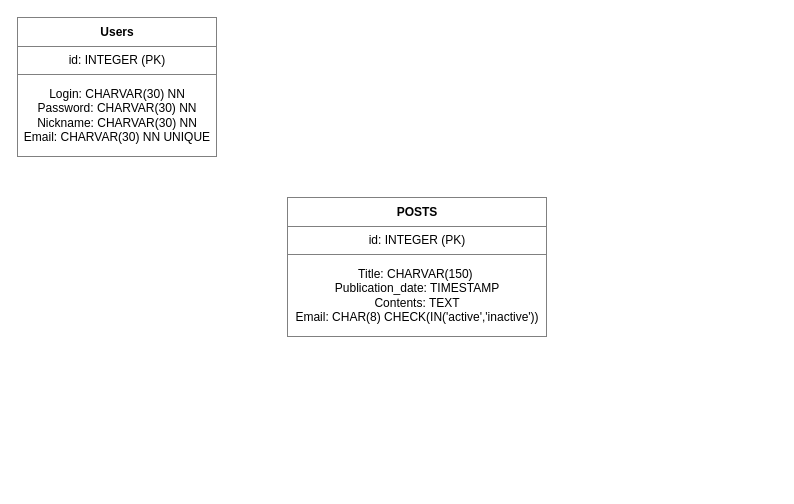
Earlier version of the draw.io diagram Untitled Diagram.drawio (julianbarr368/Introduccion_base_datos). Source tidied: cells renumbered, new cells numbered last; positions are measured from the earlier drawing's top-left corner, leaving out a move shared by most shapes. Both pictures are drawn from the tidied source at 100%, with x=0, y=0 at pixel (17, 17).
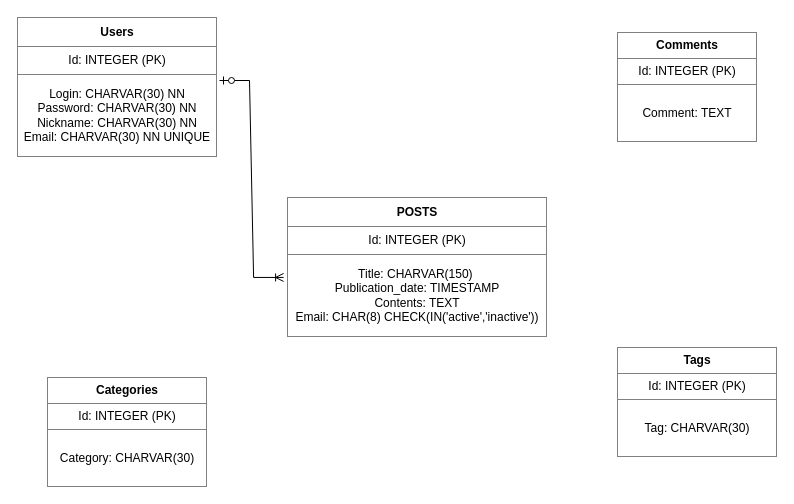
The same page after the edit.

Change to the diagram source:
```diff
@@
 <mxGraphModel>
   <root>
     <mxCell id="0" />
     <mxCell id="1" parent="0" />
-    <mxCell id="2" value="&lt;table border=&quot;1&quot; width=&quot;100%&quot; height=&quot;100%&quot; cellpadding=&quot;4&quot; style=&quot;width:100%;height:100%;border-collapse:collapse;&quot;&gt;&lt;tbody&gt;&lt;tr&gt;&lt;th align=&quot;center&quot;&gt;Users&lt;/th&gt;&lt;/tr&gt;&lt;tr&gt;&lt;td align=&quot;center&quot;&gt;id: INTEGER (PK)&lt;/td&gt;&lt;/tr&gt;&lt;tr&gt;&lt;td align=&quot;center&quot;&gt;Login: CHARVAR(30) NN&lt;br&gt;Password: CHARVAR(30) NN&lt;br&gt;Nickname: CHARVAR(30) NN&lt;br&gt;Email: CHARVAR(30) NN UNIQUE&lt;/td&gt;&lt;/tr&gt;&lt;/tbody&gt;&lt;/table&gt;" style="text;html=1;strokeColor=none;fillColor=none;overflow=fill;" parent="1" vertex="1">
+    <mxCell id="2" value="&lt;table border=&quot;1&quot; width=&quot;100%&quot; height=&quot;100%&quot; cellpadding=&quot;4&quot; style=&quot;width:100%;height:100%;border-collapse:collapse;&quot;&gt;&lt;tbody&gt;&lt;tr&gt;&lt;th align=&quot;center&quot;&gt;Users&lt;/th&gt;&lt;/tr&gt;&lt;tr&gt;&lt;td align=&quot;center&quot;&gt;Id: INTEGER (PK)&lt;/td&gt;&lt;/tr&gt;&lt;tr&gt;&lt;td align=&quot;center&quot;&gt;Login: CHARVAR(30) NN&lt;br&gt;Password: CHARVAR(30) NN&lt;br&gt;Nickname: CHARVAR(30) NN&lt;br&gt;Email: CHARVAR(30) NN UNIQUE&lt;/td&gt;&lt;/tr&gt;&lt;/tbody&gt;&lt;/table&gt;" style="text;html=1;strokeColor=none;fillColor=none;overflow=fill;" parent="1" vertex="1">
       <mxGeometry width="200" height="140" as="geometry" />
     </mxCell>
-    <mxCell id="3" value="&lt;table border=&quot;1&quot; width=&quot;100%&quot; height=&quot;100%&quot; cellpadding=&quot;4&quot; style=&quot;width:100%;height:100%;border-collapse:collapse;&quot;&gt;&lt;tbody&gt;&lt;tr&gt;&lt;th align=&quot;center&quot;&gt;POSTS&lt;/th&gt;&lt;/tr&gt;&lt;tr&gt;&lt;td align=&quot;center&quot;&gt;id: INTEGER (PK)&lt;/td&gt;&lt;/tr&gt;&lt;tr&gt;&lt;td align=&quot;center&quot;&gt;Title: CHARVAR(150)&amp;nbsp;&lt;br&gt;Publication_date: TIMESTAMP&lt;br&gt;Contents: TEXT&lt;br&gt;Email: CHAR(8) CHECK(IN('active','inactive'))&lt;/td&gt;&lt;/tr&gt;&lt;/tbody&gt;&lt;/table&gt;" style="text;html=1;strokeColor=none;fillColor=none;overflow=fill;" parent="1" vertex="1">
+    <mxCell id="3" value="&lt;table border=&quot;1&quot; width=&quot;100%&quot; height=&quot;100%&quot; cellpadding=&quot;4&quot; style=&quot;width:100%;height:100%;border-collapse:collapse;&quot;&gt;&lt;tbody&gt;&lt;tr&gt;&lt;th align=&quot;center&quot;&gt;POSTS&lt;/th&gt;&lt;/tr&gt;&lt;tr&gt;&lt;td align=&quot;center&quot;&gt;Id: INTEGER (PK)&lt;/td&gt;&lt;/tr&gt;&lt;tr&gt;&lt;td align=&quot;center&quot;&gt;Title: CHARVAR(150)&amp;nbsp;&lt;br&gt;Publication_date: TIMESTAMP&lt;br&gt;Contents: TEXT&lt;br&gt;Email: CHAR(8) CHECK(IN('active','inactive'))&lt;/td&gt;&lt;/tr&gt;&lt;/tbody&gt;&lt;/table&gt;" style="text;html=1;strokeColor=none;fillColor=none;overflow=fill;" parent="1" vertex="1">
       <mxGeometry x="270" y="180" width="260" height="140" as="geometry" />
     </mxCell>
+    <mxCell id="4" value="&lt;table border=&quot;1&quot; width=&quot;100%&quot; height=&quot;100%&quot; cellpadding=&quot;4&quot; style=&quot;width:100%;height:100%;border-collapse:collapse;&quot;&gt;&lt;tbody&gt;&lt;tr&gt;&lt;th align=&quot;center&quot;&gt;Comments&lt;/th&gt;&lt;/tr&gt;&lt;tr&gt;&lt;td align=&quot;center&quot;&gt;Id: INTEGER (PK)&lt;/td&gt;&lt;/tr&gt;&lt;tr&gt;&lt;td align=&quot;center&quot;&gt;&lt;br&gt;Comment: TEXT&lt;br&gt;&lt;br&gt;&lt;/td&gt;&lt;/tr&gt;&lt;/tbody&gt;&lt;/table&gt;" style="text;html=1;strokeColor=none;fillColor=none;overflow=fill;" parent="1" vertex="1">
+      <mxGeometry x="600" y="15" width="140" height="110" as="geometry" />
+    </mxCell>
+    <mxCell id="5" value="&lt;table border=&quot;1&quot; width=&quot;100%&quot; height=&quot;100%&quot; cellpadding=&quot;4&quot; style=&quot;width:100%;height:100%;border-collapse:collapse;&quot;&gt;&lt;tbody&gt;&lt;tr&gt;&lt;th align=&quot;center&quot;&gt;Categories&lt;/th&gt;&lt;/tr&gt;&lt;tr&gt;&lt;td align=&quot;center&quot;&gt;Id: INTEGER (PK)&lt;/td&gt;&lt;/tr&gt;&lt;tr&gt;&lt;td align=&quot;center&quot;&gt;&lt;br&gt;Category: CHARVAR(30)&lt;br&gt;&lt;br&gt;&lt;/td&gt;&lt;/tr&gt;&lt;/tbody&gt;&lt;/table&gt;" style="text;html=1;strokeColor=none;fillColor=none;overflow=fill;" parent="1" vertex="1">
+      <mxGeometry x="30" y="360" width="160" height="110" as="geometry" />
+    </mxCell>
+    <mxCell id="6" value="&lt;table border=&quot;1&quot; width=&quot;100%&quot; height=&quot;100%&quot; cellpadding=&quot;4&quot; style=&quot;width:100%;height:100%;border-collapse:collapse;&quot;&gt;&lt;tbody&gt;&lt;tr&gt;&lt;th align=&quot;center&quot;&gt;Tags&lt;/th&gt;&lt;/tr&gt;&lt;tr&gt;&lt;td align=&quot;center&quot;&gt;Id: INTEGER (PK)&lt;/td&gt;&lt;/tr&gt;&lt;tr&gt;&lt;td align=&quot;center&quot;&gt;&lt;br&gt;Tag: CHARVAR(30)&lt;br&gt;&lt;br&gt;&lt;/td&gt;&lt;/tr&gt;&lt;/tbody&gt;&lt;/table&gt;" style="text;html=1;strokeColor=none;fillColor=none;overflow=fill;" parent="1" vertex="1">
+      <mxGeometry x="600" y="330" width="160" height="110" as="geometry" />
+    </mxCell>
+    <mxCell id="7" style="edgeStyle=entityRelationEdgeStyle;fontSize=12;html=1;endArrow=ERoneToMany;startArrow=ERzeroToOne;rounded=0;entryX=-0.015;entryY=0.571;entryDx=0;entryDy=0;entryPerimeter=0;exitX=1.01;exitY=0.45;exitDx=0;exitDy=0;exitPerimeter=0;" parent="1" edge="1" source="2" target="3">
+      <mxGeometry relative="1" as="geometry" />
+    </mxCell>
   </root>
 </mxGraphModel>
```
